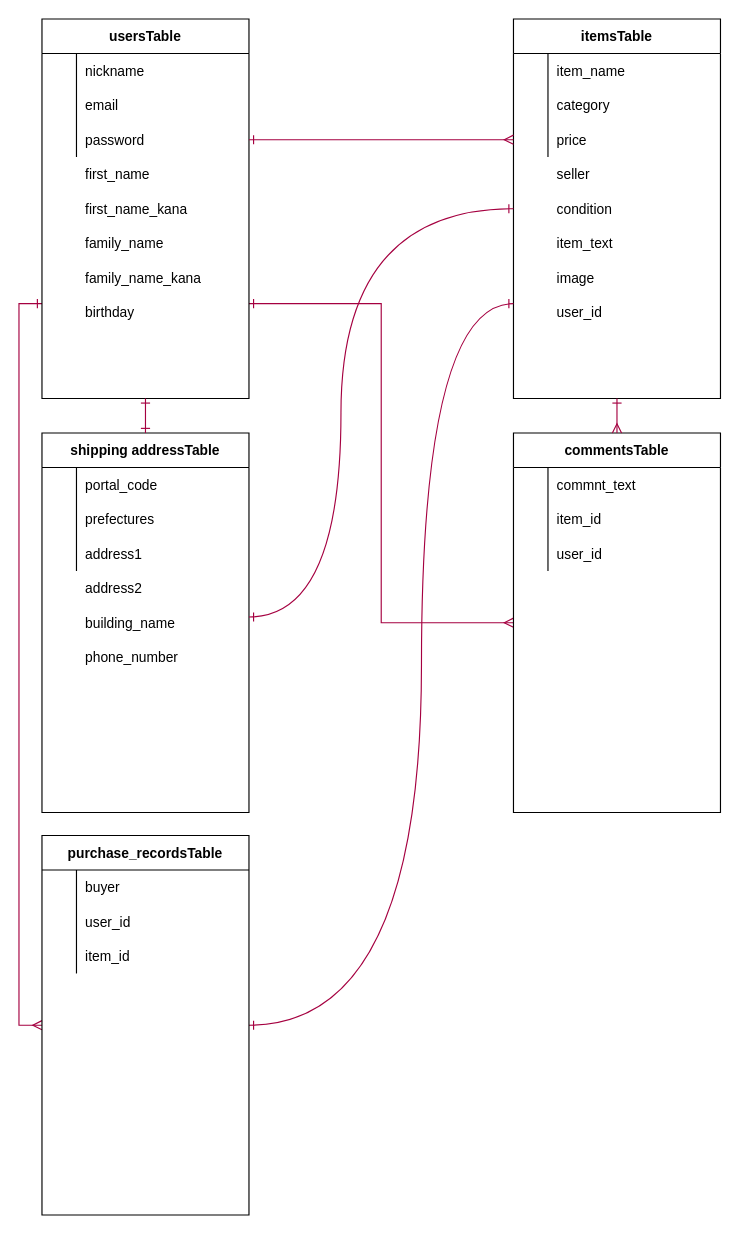
Above: furima.dio in airatwn/furima-35426 (draw.io), before the change. Source tidied: cells renumbered, new cells numbered last; positions are measured from the earlier drawing's top-left corner, leaving out a move shared by most shapes. Both pictures are drawn from the tidied source at 115%, with x=0, y=0 at pixel (41, 18).
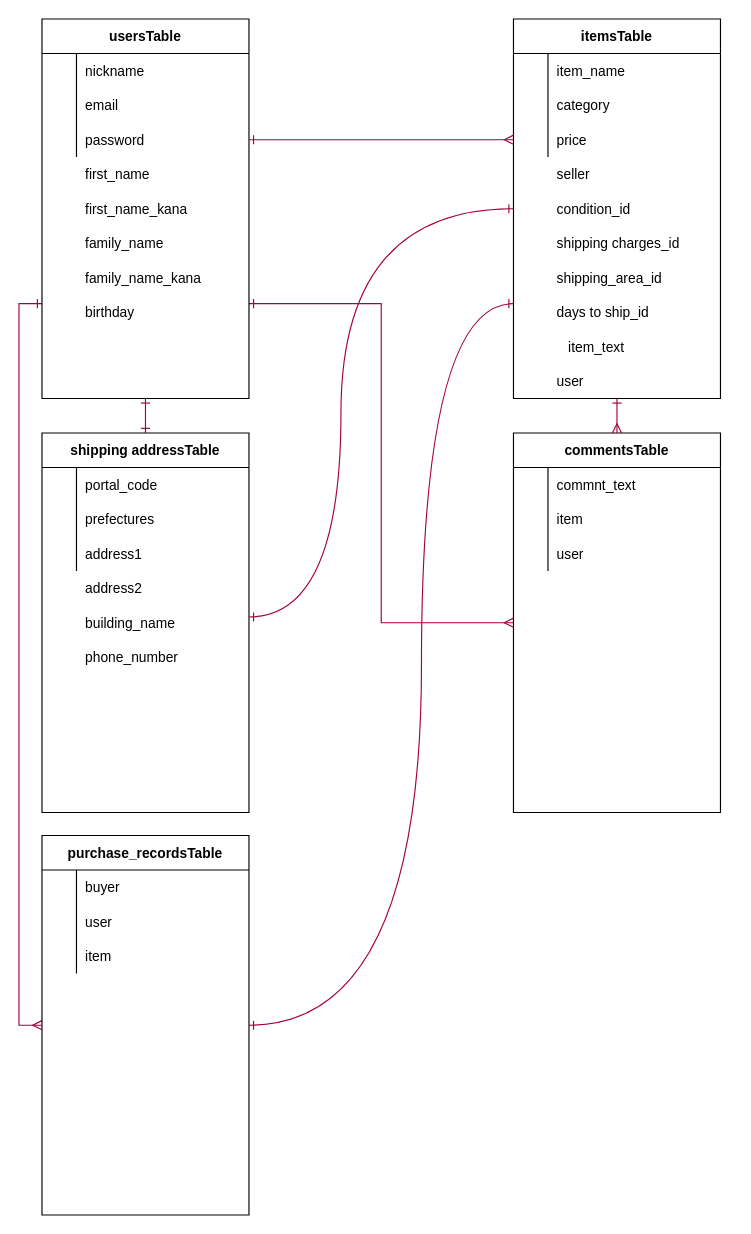
After the change.

Commit message (it also covers changes not shown here):
単数形に変更

Unchanged cells that the change refers to:
```xml
<mxCell id="17" style="group;" parent="1" vertex="1">
  <mxGeometry x="410" width="180" height="330" as="geometry" />
</mxCell>
<mxCell id="52" style="shape=partialRectangle;fillColor=none;top=0;left=0;bottom=0;right=0;" parent="48" vertex="1">
  <mxGeometry y="60" width="180" height="30" as="geometry" />
</mxCell>
<mxCell id="55" style="shape=partialRectangle;fillColor=none;top=0;left=0;bottom=0;right=0;" parent="48" vertex="1">
  <mxGeometry y="90" width="180" height="30" as="geometry" />
</mxCell>
```

Change to the diagram source:
```diff
@@
-    <mxCell id="29" value="condition" style="shape=partialRectangle;fillColor=none;top=0;left=0;bottom=0;right=0;align=left;spacingLeft=6;overflow=hidden;" parent="17" vertex="1">
+    <mxCell id="29" value="condition_id" style="shape=partialRectangle;fillColor=none;top=0;left=0;bottom=0;right=0;align=left;spacingLeft=6;overflow=hidden;" parent="17" vertex="1">
       <mxGeometry x="30" y="150" width="150" height="30" as="geometry" />
     </mxCell>
     <mxCell id="30" value="item_text" style="shape=partialRectangle;fillColor=none;top=0;left=0;bottom=0;right=0;align=left;spacingLeft=6;overflow=hidden;" parent="17" vertex="1">
-      <mxGeometry x="30" y="180" width="150" height="30" as="geometry" />
+      <mxGeometry x="40" y="270" width="150" height="30" as="geometry" />
     </mxCell>
-    <mxCell id="31" value="image" style="shape=partialRectangle;fillColor=none;top=0;left=0;bottom=0;right=0;align=left;spacingLeft=6;overflow=hidden;" parent="17" vertex="1">
-      <mxGeometry x="30" y="210" width="150" height="30" as="geometry" />
-    </mxCell>
-    <mxCell id="32" value="user_id" style="shape=partialRectangle;fillColor=none;top=0;left=0;bottom=0;right=0;align=left;spacingLeft=6;overflow=hidden;" parent="17" vertex="1">
-      <mxGeometry x="30" y="240" width="150" height="30" as="geometry" />
+    <mxCell id="32" value="user" style="shape=partialRectangle;fillColor=none;top=0;left=0;bottom=0;right=0;align=left;spacingLeft=6;overflow=hidden;" parent="17" vertex="1">
+      <mxGeometry x="30" y="300" width="150" height="30" as="geometry" />
     </mxCell>
+    <mxCell id="77" value="shipping charges_id" style="shape=partialRectangle;fillColor=none;top=0;left=0;bottom=0;right=0;align=left;spacingLeft=6;overflow=hidden;" parent="17" vertex="1">
+      <mxGeometry x="30" y="180" width="150" height="30" as="geometry" />
+    </mxCell>
+    <mxCell id="78" value="shipping_area_id" style="shape=partialRectangle;fillColor=none;top=0;left=0;bottom=0;right=0;align=left;spacingLeft=6;overflow=hidden;" parent="17" vertex="1">
+      <mxGeometry x="30" y="210" width="150" height="30" as="geometry" />
+    </mxCell>
+    <mxCell id="79" value="days to ship_id" style="shape=partialRectangle;fillColor=none;top=0;left=0;bottom=0;right=0;align=left;spacingLeft=6;overflow=hidden;" parent="17" vertex="1">
+      <mxGeometry x="30" y="240" width="150" height="30" as="geometry" />
+    </mxCell>
@@
-    <mxCell id="54" value="item_id" style="shape=partialRectangle;fillColor=none;top=0;left=0;bottom=0;right=0;align=left;spacingLeft=6;overflow=hidden;" parent="52" vertex="1">
+    <mxCell id="54" value="item" style="shape=partialRectangle;fillColor=none;top=0;left=0;bottom=0;right=0;align=left;spacingLeft=6;overflow=hidden;" parent="52" vertex="1">
       <mxGeometry x="30" width="150" height="30" as="geometry" />
     </mxCell>
@@
-    <mxCell id="57" value="user_id" style="shape=partialRectangle;fillColor=none;top=0;left=0;bottom=0;right=0;align=left;spacingLeft=6;overflow=hidden;" parent="55" vertex="1">
+    <mxCell id="57" value="user" style="shape=partialRectangle;fillColor=none;top=0;left=0;bottom=0;right=0;align=left;spacingLeft=6;overflow=hidden;" parent="55" vertex="1">
       <mxGeometry x="30" width="150" height="30" as="geometry" />
     </mxCell>
@@
-    <mxCell id="72" value="user_id" style="shape=partialRectangle;fillColor=none;top=0;left=0;bottom=0;right=0;align=left;spacingLeft=6;overflow=hidden;" parent="1" vertex="1">
+    <mxCell id="72" value="user" style="shape=partialRectangle;fillColor=none;top=0;left=0;bottom=0;right=0;align=left;spacingLeft=6;overflow=hidden;" parent="1" vertex="1">
       <mxGeometry x="30" y="770" width="150" height="30" as="geometry" />
     </mxCell>
-    <mxCell id="73" value="item_id" style="shape=partialRectangle;fillColor=none;top=0;left=0;bottom=0;right=0;align=left;spacingLeft=6;overflow=hidden;" parent="1" vertex="1">
+    <mxCell id="73" value="item" style="shape=partialRectangle;fillColor=none;top=0;left=0;bottom=0;right=0;align=left;spacingLeft=6;overflow=hidden;" parent="1" vertex="1">
       <mxGeometry x="30" y="800" width="150" height="30" as="geometry" />
     </mxCell>
```
